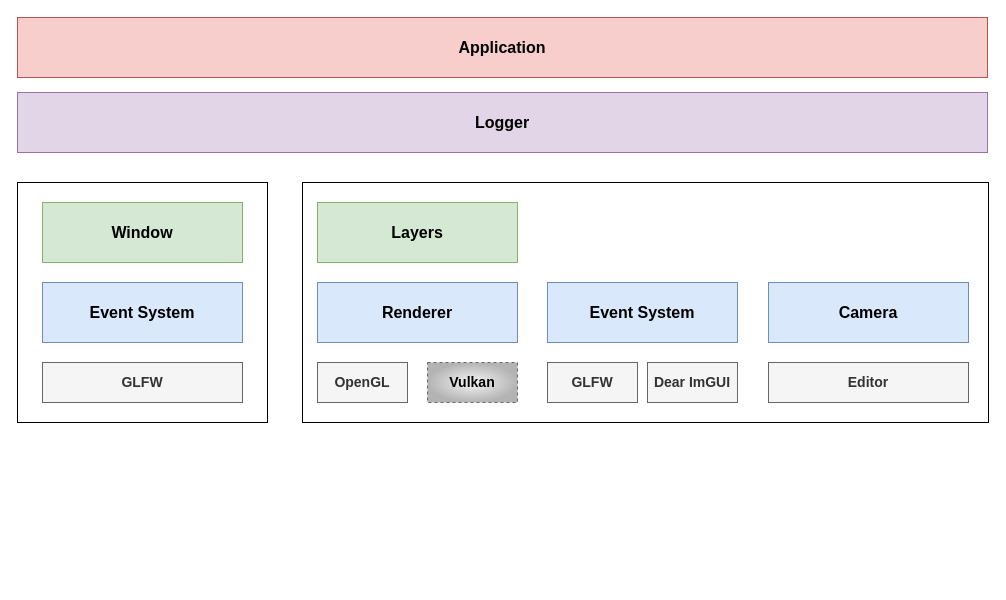
Earlier version of the draw.io diagram page "第 1 页" (1 of 2) of images/cengine.drawio (Civitasv/cengine). Source tidied: cells renumbered, new cells numbered last; positions are measured from the earlier drawing's top-left corner, leaving out a move shared by most shapes. Both pictures are drawn from the tidied source at 100%, with x=0, y=0 at pixel (17, 17).
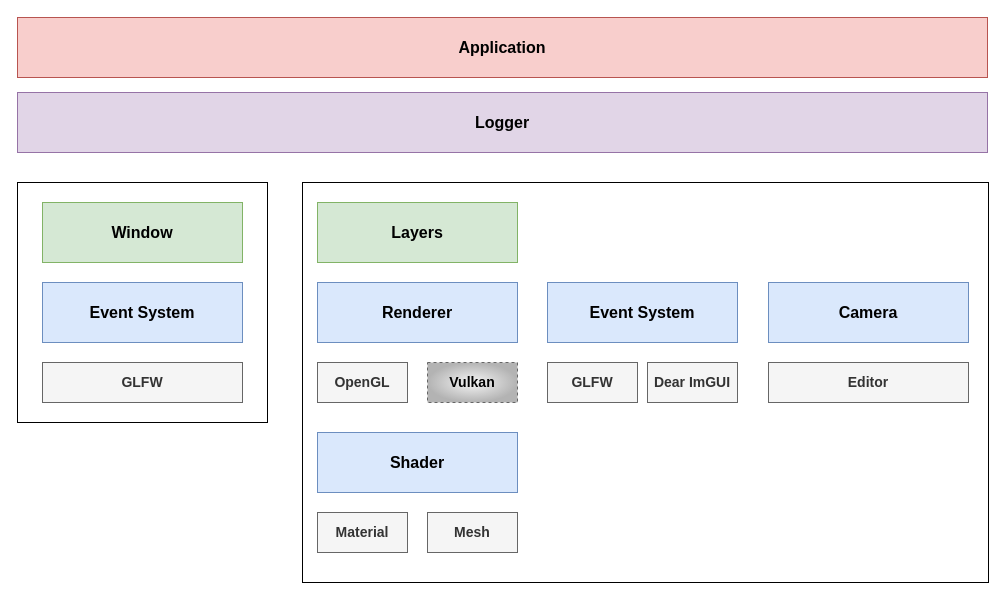
After the change.

Change to the diagram source:
```diff
@@
     <mxCell id="3" style="rounded=0;whiteSpace=wrap;html=1;" parent="1" vertex="1">
-      <mxGeometry x="285" y="165" width="686" height="240" as="geometry" />
+      <mxGeometry x="285" y="165" width="686" height="400" as="geometry" />
     </mxCell>
@@
+    <mxCell id="18" value="Shader" style="rounded=0;whiteSpace=wrap;html=1;fillColor=#dae8fc;strokeColor=#6c8ebf;fontSize=16;fontStyle=1;" parent="1" vertex="1">
+      <mxGeometry x="300" y="415" width="200" height="60" as="geometry" />
+    </mxCell>
+    <mxCell id="19" value="Material" style="rounded=0;whiteSpace=wrap;html=1;fillColor=#f5f5f5;fontColor=#333333;strokeColor=#666666;fontSize=14;fontStyle=1;" parent="1" vertex="1">
+      <mxGeometry x="300" y="495" width="90" height="40" as="geometry" />
+    </mxCell>
+    <mxCell id="20" value="Mesh" style="rounded=0;whiteSpace=wrap;html=1;fillColor=#f5f5f5;fontColor=#333333;strokeColor=#666666;fontSize=14;fontStyle=1;" parent="1" vertex="1">
+      <mxGeometry x="410" y="495" width="90" height="40" as="geometry" />
+    </mxCell>
```
